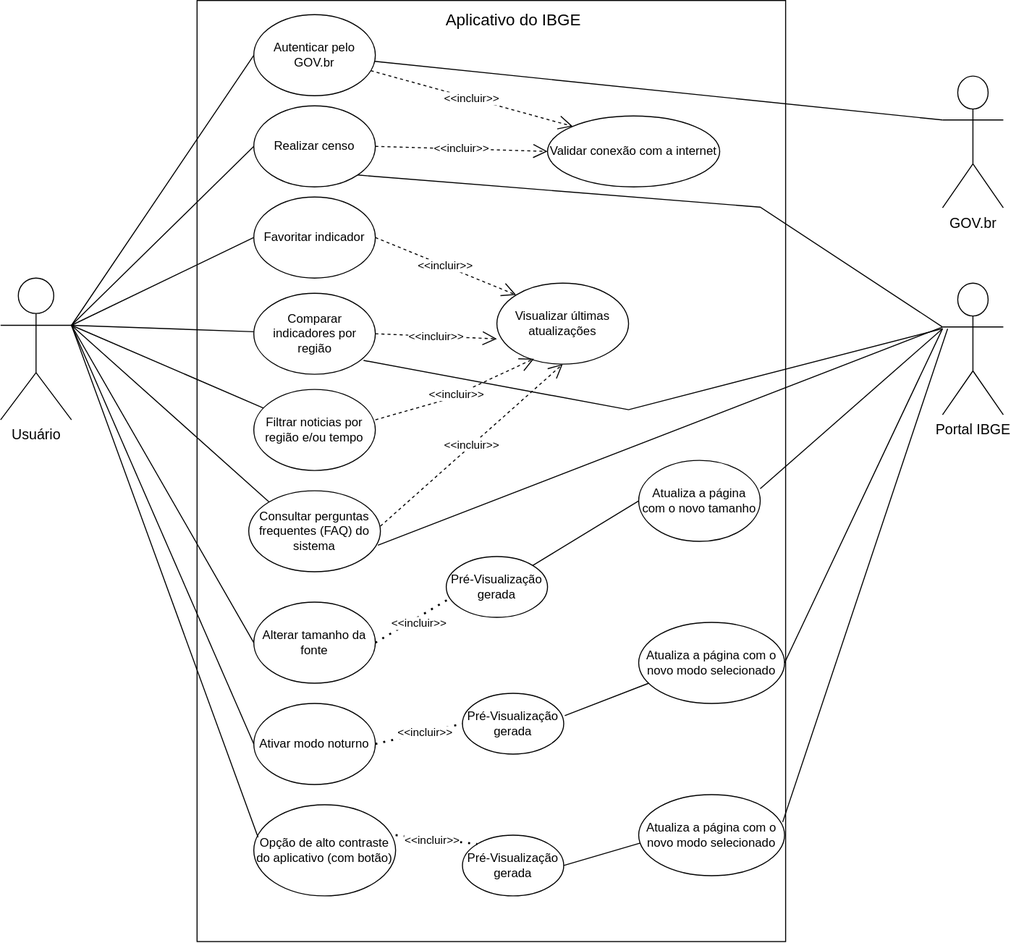
Above: docs/assets/images/modelagem/casosDeUso-NaoImplementados.drawio.svg in Requisitos-de-Software/2025.1-IBGE (draw.io), before the change. Source tidied: cells renumbered, new cells last; positions are measured from the earlier drawing's top-left corner, leaving out a move shared by most shapes.
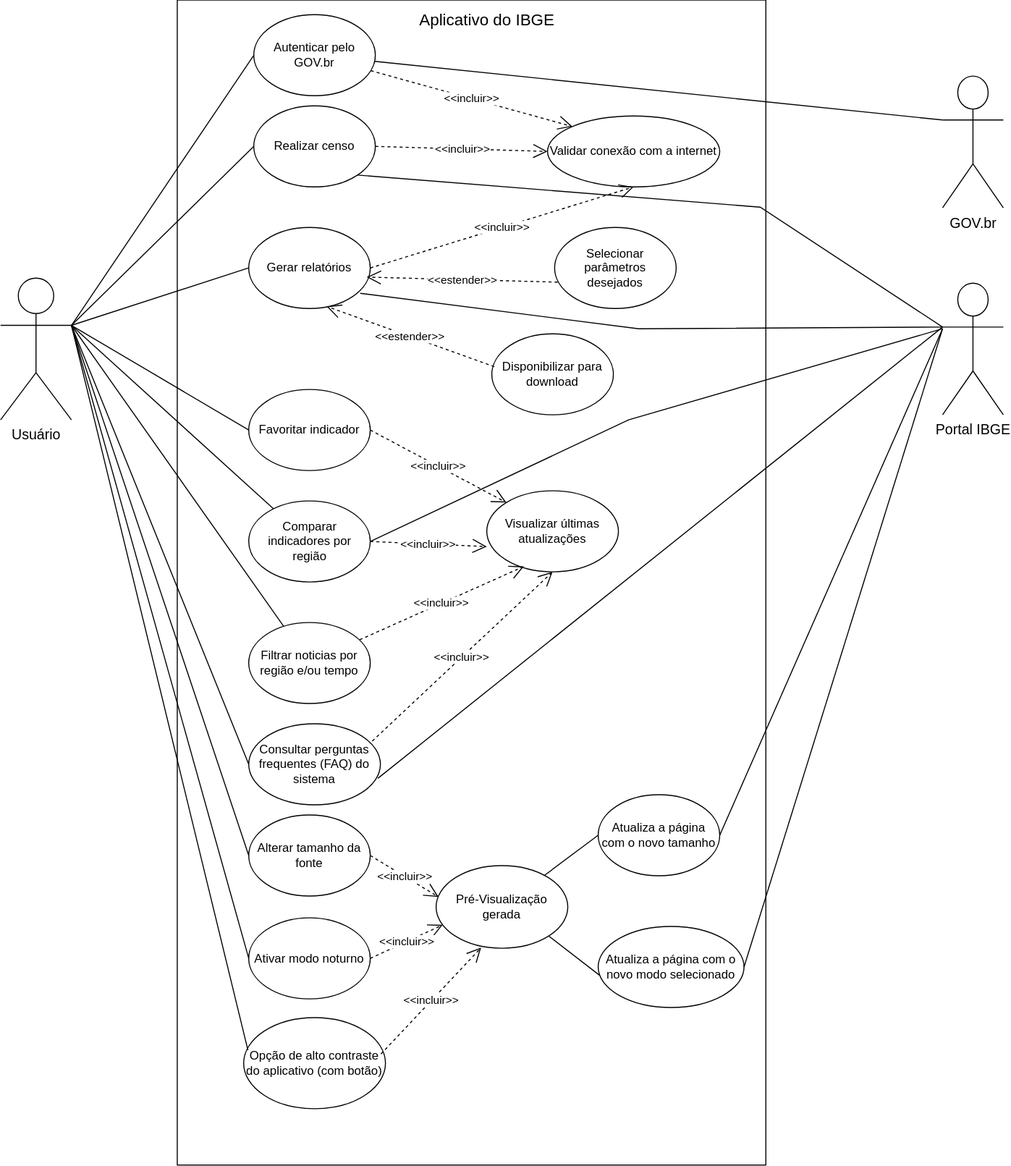
After the change.

Commit message:
docs: corrige diagrama

Change to the diagram source:
```diff
@@ -3,7 +3,7 @@
     <mxCell id="0" />
     <mxCell id="1" parent="0" />
     <mxCell id="2" style="rounded=0;whiteSpace=wrap;html=1;rotation=90;" parent="1" vertex="1">
-      <mxGeometry x="20" y="170" width="929.1" height="581.1" as="geometry" />
+      <mxGeometry x="-110" y="280" width="1150" height="581.1" as="geometry" />
     </mxCell>
     <mxCell id="3" value="Usuário&lt;div&gt;&lt;br&gt;&lt;/div&gt;" style="shape=umlActor;verticalLabelPosition=bottom;verticalAlign=top;html=1;outlineConnect=0;fontSize=14;" parent="1" vertex="1">
       <mxGeometry y="270" width="70" height="140" as="geometry" />
@@ -12,7 +12,7 @@
       <mxGeometry x="930" y="275" width="60" height="130" as="geometry" />
     </mxCell>
     <mxCell id="5" value="Aplicativo do IBGE" style="text;html=1;align=center;verticalAlign=middle;strokeColor=none;fillColor=none;fontSize=16;" parent="1" vertex="1">
-      <mxGeometry x="426" width="160" height="30" as="geometry" />
+      <mxGeometry x="400" width="160" height="30" as="geometry" />
     </mxCell>
     <mxCell id="6" value="GOV.br" style="shape=umlActor;verticalLabelPosition=bottom;verticalAlign=top;html=1;outlineConnect=0;fontSize=14;" parent="1" vertex="1">
       <mxGeometry x="930" y="70.6" width="60" height="130" as="geometry" />
@@ -49,16 +49,16 @@
       </mxGeometry>
     </mxCell>
     <mxCell id="16" value="Favoritar indicador" style="ellipse;whiteSpace=wrap;html=1;" parent="1" vertex="1">
-      <mxGeometry x="250" y="190" width="120" height="80" as="geometry" />
+      <mxGeometry x="245" y="380" width="120" height="80" as="geometry" />
     </mxCell>
     <mxCell id="17" value="Alterar tamanho da fonte" style="ellipse;whiteSpace=wrap;html=1;" parent="1" vertex="1">
-      <mxGeometry x="250" y="590" width="120" height="80" as="geometry" />
+      <mxGeometry x="245" y="800" width="120" height="80" as="geometry" />
     </mxCell>
     <mxCell id="18" value="Visualizar últimas atualizações" style="ellipse;whiteSpace=wrap;html=1;" parent="1" vertex="1">
-      <mxGeometry x="490" y="275" width="130" height="80" as="geometry" />
+      <mxGeometry x="480" y="480" width="130" height="80" as="geometry" />
     </mxCell>
     <mxCell id="19" value="Ativar modo noturno" style="ellipse;whiteSpace=wrap;html=1;" parent="1" vertex="1">
-      <mxGeometry x="250" y="690" width="120" height="80" as="geometry" />
+      <mxGeometry x="245" y="901.5" width="120" height="80" as="geometry" />
     </mxCell>
     <mxCell id="20" style="endArrow=none;html=1;rounded=0;entryX=0;entryY=0.5;entryDx=0;entryDy=0;exitX=1;exitY=0.3333333333333333;exitDx=0;exitDy=0;exitPerimeter=0;" parent="1" edge="1" source="3" target="19">
       <mxGeometry relative="1" as="geometry" />
@@ -73,49 +73,40 @@
       <mxGeometry relative="1" as="geometry" />
     </mxCell>
     <mxCell id="24" style="ellipse;whiteSpace=wrap;html=1;" parent="1" vertex="1">
-      <mxGeometry x="250" y="285" width="120" height="80" as="geometry" />
+      <mxGeometry x="245" y="490" width="120" height="80" as="geometry" />
     </mxCell>
     <mxCell id="25" style="endArrow=none;html=1;rounded=0;exitX=1;exitY=0.3333333333333333;exitDx=0;exitDy=0;exitPerimeter=0;" parent="1" edge="1" source="3" target="24">
       <mxGeometry relative="1" as="geometry" />
     </mxCell>
     <mxCell id="26" value="Comparar indicadores por região" style="text;html=1;align=center;verticalAlign=middle;whiteSpace=wrap;rounded=0;" parent="1" vertex="1">
-      <mxGeometry x="262.5" y="310" width="95" height="30" as="geometry" />
+      <mxGeometry x="257.5" y="515" width="95" height="30" as="geometry" />
     </mxCell>
     <mxCell id="27" value="&amp;lt;&amp;lt;incluir&amp;gt;&amp;gt;" style="endArrow=open;endSize=12;dashed=1;html=1;rounded=0;entryX=0;entryY=0.688;entryDx=0;entryDy=0;exitX=1;exitY=0.5;exitDx=0;exitDy=0;entryPerimeter=0;" parent="1" edge="1" source="24" target="18">
       <mxGeometry relative="1" as="geometry" />
     </mxCell>
     <mxCell id="28" value="Filtrar noticias por região e/ou tempo" style="ellipse;whiteSpace=wrap;html=1;" parent="1" vertex="1">
-      <mxGeometry x="250" y="380" width="120" height="80" as="geometry" />
+      <mxGeometry x="245" y="610" width="120" height="80" as="geometry" />
     </mxCell>
-    <mxCell id="29" value="&amp;lt;&amp;lt;incluir&amp;gt;&amp;gt;" style="endArrow=open;endSize=12;dashed=1;html=1;rounded=0;entryX=0.282;entryY=0.933;entryDx=0;entryDy=0;exitX=1;exitY=0.5;exitDx=0;exitDy=0;entryPerimeter=0;" parent="1" edge="1" target="18">
-      <mxGeometry relative="1" as="geometry">
-        <mxPoint x="370" y="410" as="sourcePoint" />
-        <Array as="points">
-          <mxPoint x="440" y="390" />
-        </Array>
-      </mxGeometry>
+    <mxCell id="29" value="&amp;lt;&amp;lt;incluir&amp;gt;&amp;gt;" style="endArrow=open;endSize=12;dashed=1;html=1;rounded=0;entryX=0.282;entryY=0.933;entryDx=0;entryDy=0;exitX=0.913;exitY=0.213;exitDx=0;exitDy=0;entryPerimeter=0;exitPerimeter=0;" parent="1" edge="1" source="28" target="18">
+      <mxGeometry relative="1" as="geometry" />
     </mxCell>
     <mxCell id="30" style="endArrow=none;html=1;rounded=0;exitX=1;exitY=0.3333333333333333;exitDx=0;exitDy=0;exitPerimeter=0;" parent="1" edge="1" source="3" target="28">
       <mxGeometry relative="1" as="geometry" />
     </mxCell>
     <mxCell id="31" value="Consultar perguntas frequentes (FAQ) do sistema" style="ellipse;whiteSpace=wrap;html=1;" parent="1" vertex="1">
-      <mxGeometry x="245" y="480" width="130" height="80" as="geometry" />
+      <mxGeometry x="245" y="710" width="130" height="80" as="geometry" />
     </mxCell>
-    <mxCell id="32" style="endArrow=none;html=1;rounded=0;exitX=1;exitY=0.3333333333333333;exitDx=0;exitDy=0;exitPerimeter=0;" parent="1" edge="1" source="3">
-      <mxGeometry relative="1" as="geometry">
-        <mxPoint x="265" y="491" as="targetPoint" />
-      </mxGeometry>
+    <mxCell id="32" style="endArrow=none;html=1;rounded=0;exitX=1;exitY=0.3333333333333333;exitDx=0;exitDy=0;exitPerimeter=0;entryX=0;entryY=0.5;entryDx=0;entryDy=0;" parent="1" edge="1" source="3" target="31">
+      <mxGeometry relative="1" as="geometry" />
     </mxCell>
-    <mxCell id="33" value="&amp;lt;&amp;lt;incluir&amp;gt;&amp;gt;" style="endArrow=open;endSize=12;dashed=1;html=1;rounded=0;entryX=0.5;entryY=1;entryDx=0;entryDy=0;exitX=1;exitY=0.5;exitDx=0;exitDy=0;" parent="1" edge="1" target="18">
-      <mxGeometry relative="1" as="geometry">
-        <mxPoint x="375" y="515" as="sourcePoint" />
-      </mxGeometry>
+    <mxCell id="33" value="&amp;lt;&amp;lt;incluir&amp;gt;&amp;gt;" style="endArrow=open;endSize=12;dashed=1;html=1;rounded=0;entryX=0.5;entryY=1;entryDx=0;entryDy=0;exitX=0.938;exitY=0.213;exitDx=0;exitDy=0;exitPerimeter=0;" parent="1" edge="1" source="31" target="18">
+      <mxGeometry relative="1" as="geometry" />
     </mxCell>
-    <mxCell id="34" style="endArrow=none;html=1;rounded=0;exitX=0.903;exitY=0.829;exitDx=0;exitDy=0;exitPerimeter=0;" parent="1" edge="1" source="24">
+    <mxCell id="34" style="endArrow=none;html=1;rounded=0;exitX=1;exitY=0.5;exitDx=0;exitDy=0;" parent="1" edge="1" source="24">
       <mxGeometry relative="1" as="geometry">
         <mxPoint x="930" y="320" as="targetPoint" />
         <Array as="points">
-          <mxPoint x="620" y="400" />
+          <mxPoint x="620" y="410" />
         </Array>
       </mxGeometry>
     </mxCell>
@@ -123,74 +114,72 @@
       <mxGeometry relative="1" as="geometry" />
     </mxCell>
     <mxCell id="36" value="&lt;span style=&quot;white-space: normal;&quot;&gt;Opção de alto contraste do aplicativo (com botão)&lt;/span&gt;" style="ellipse;whiteSpace=wrap;html=1;" parent="1" vertex="1">
-      <mxGeometry x="250" y="790" width="140" height="90" as="geometry" />
+      <mxGeometry x="240" y="1000" width="140" height="90" as="geometry" />
     </mxCell>
     <mxCell id="37" style="endArrow=none;html=1;rounded=0;entryX=1;entryY=0.3333333333333333;entryDx=0;entryDy=0;entryPerimeter=0;exitX=0.03;exitY=0.357;exitDx=0;exitDy=0;exitPerimeter=0;" parent="1" edge="1" source="36" target="3">
       <mxGeometry relative="1" as="geometry" />
     </mxCell>
     <mxCell id="38" value="Atualiza a página com o novo tamanho " style="ellipse;whiteSpace=wrap;html=1;" parent="1" vertex="1">
-      <mxGeometry x="630" y="450" width="120" height="80" as="geometry" />
+      <mxGeometry x="590" y="780" width="120" height="80" as="geometry" />
     </mxCell>
-    <mxCell id="39" value="Atualiza a página com o novo modo selecionado " style="ellipse;whiteSpace=wrap;html=1;" parent="1" vertex="1">
-      <mxGeometry x="630" y="610" width="144" height="80" as="geometry" />
-    </mxCell>
-    <mxCell id="40" style="endArrow=none;html=1;rounded=0;exitX=1;exitY=0.35;exitDx=0;exitDy=0;exitPerimeter=0;" parent="1" edge="1" source="38">
+    <mxCell id="40" style="endArrow=none;html=1;rounded=0;exitX=1;exitY=0.5;exitDx=0;exitDy=0;" parent="1" edge="1" source="38">
       <mxGeometry relative="1" as="geometry">
         <mxPoint x="930" y="320" as="targetPoint" />
       </mxGeometry>
     </mxCell>
-    <mxCell id="41" style="endArrow=none;html=1;rounded=0;entryX=1;entryY=0.5;entryDx=0;entryDy=0;" parent="1" edge="1" target="39">
-      <mxGeometry relative="1" as="geometry">
-        <mxPoint x="930" y="320" as="sourcePoint" />
-      </mxGeometry>
-    </mxCell>
-    <mxCell id="42" value="&lt;span&gt;&lt;span&gt;Pré-Visualização gerada &lt;br&gt;&lt;/span&gt;&lt;/span&gt;" style="ellipse;whiteSpace=wrap;html=1;" parent="1" vertex="1">
-      <mxGeometry x="440" y="545" width="100" height="60" as="geometry" />
-    </mxCell>
-    <mxCell id="43" value="&lt;span&gt;&lt;span&gt;Pré-Visualização gerada &lt;br&gt;&lt;/span&gt;&lt;/span&gt;" style="ellipse;whiteSpace=wrap;html=1;" parent="1" vertex="1">
-      <mxGeometry x="456" y="680" width="100" height="60" as="geometry" />
-    </mxCell>
-    <mxCell id="44" style="endArrow=none;html=1;rounded=0;entryX=0;entryY=0.5;entryDx=0;entryDy=0;exitX=1;exitY=0;exitDx=0;exitDy=0;" parent="1" edge="1" source="42" target="38">
+    <mxCell id="44" style="endArrow=none;html=1;rounded=0;entryX=0;entryY=0.5;entryDx=0;entryDy=0;" parent="1" edge="1" source="46" target="38">
       <mxGeometry relative="1" as="geometry" />
     </mxCell>
-    <mxCell id="45" style="endArrow=none;html=1;rounded=0;exitX=1.01;exitY=0.367;exitDx=0;exitDy=0;exitPerimeter=0;" parent="1" edge="1" source="43">
-      <mxGeometry relative="1" as="geometry">
-        <mxPoint x="640" y="670" as="targetPoint" />
-      </mxGeometry>
-    </mxCell>
     <mxCell id="46" value="&lt;span&gt;&lt;span&gt;Pré-Visualização gerada &lt;br&gt;&lt;/span&gt;&lt;/span&gt;" style="ellipse;whiteSpace=wrap;html=1;" parent="1" vertex="1">
-      <mxGeometry x="456" y="820" width="100" height="60" as="geometry" />
+      <mxGeometry x="430" y="850" width="130" height="81.5" as="geometry" />
     </mxCell>
     <mxCell id="47" value="Atualiza a página com o novo modo selecionado " style="ellipse;whiteSpace=wrap;html=1;" parent="1" vertex="1">
-      <mxGeometry x="630" y="780" width="144" height="80" as="geometry" />
+      <mxGeometry x="590" y="910" width="144" height="80" as="geometry" />
     </mxCell>
-    <mxCell id="48" style="endArrow=none;html=1;rounded=0;entryX=0.007;entryY=0.6;entryDx=0;entryDy=0;entryPerimeter=0;exitX=1;exitY=0.5;exitDx=0;exitDy=0;" parent="1" edge="1" source="46" target="47">
+    <mxCell id="48" style="endArrow=none;html=1;rounded=0;entryX=0.007;entryY=0.6;entryDx=0;entryDy=0;entryPerimeter=0;exitX=1;exitY=1;exitDx=0;exitDy=0;" parent="1" edge="1" source="46" target="47">
       <mxGeometry relative="1" as="geometry" />
     </mxCell>
-    <mxCell id="49" style="endArrow=none;html=1;rounded=0;exitX=0.873;exitY=0.005;exitDx=0;exitDy=0;exitPerimeter=0;" parent="1" edge="1" source="2">
+    <mxCell id="49" style="endArrow=none;html=1;rounded=0;exitX=1;exitY=0.5;exitDx=0;exitDy=0;" parent="1" edge="1" source="47">
       <mxGeometry relative="1" as="geometry">
-        <mxPoint x="935" y="320" as="targetPoint" />
+        <mxPoint x="930" y="320" as="targetPoint" />
       </mxGeometry>
     </mxCell>
-    <mxCell id="50" style="endArrow=none;dashed=1;html=1;dashPattern=1 3;strokeWidth=2;rounded=0;exitX=1;exitY=0.5;exitDx=0;exitDy=0;entryX=0.04;entryY=0.683;entryDx=0;entryDy=0;entryPerimeter=0;" parent="1" edge="1" source="17" target="42">
-      <mxGeometry relative="1" as="geometry" />
-    </mxCell>
-    <mxCell id="51" value="&amp;lt;&amp;lt;incluir&amp;gt;&amp;gt;" style="edgeLabel;html=1;align=center;verticalAlign=middle;" parent="50" vertex="1">
-      <mxGeometry x="0.1" y="-5" relative="1" as="geometry" />
-    </mxCell>
-    <mxCell id="52" style="endArrow=none;dashed=1;html=1;dashPattern=1 3;strokeWidth=2;rounded=0;exitX=1;exitY=0.5;exitDx=0;exitDy=0;entryX=0;entryY=0.5;entryDx=0;entryDy=0;" parent="1" edge="1" source="19" target="43">
-      <mxGeometry relative="1" as="geometry" />
-    </mxCell>
-    <mxCell id="53" value="&amp;lt;&amp;lt;incluir&amp;gt;&amp;gt;" style="edgeLabel;html=1;align=center;verticalAlign=middle;" parent="52" vertex="1">
-      <mxGeometry x="0.14" relative="1" as="geometry" />
-    </mxCell>
-    <mxCell id="54" style="endArrow=none;dashed=1;html=1;dashPattern=1 3;strokeWidth=2;rounded=0;entryX=0;entryY=0;entryDx=0;entryDy=0;" parent="1" edge="1" target="46">
-      <mxGeometry relative="1" as="geometry">
-        <mxPoint x="390" y="820" as="sourcePoint" />
-      </mxGeometry>
-    </mxCell>
-    <mxCell id="55" value="&amp;lt;&amp;lt;incluir&amp;gt;&amp;gt;" style="edgeLabel;html=1;align=center;verticalAlign=middle;" parent="54" vertex="1">
-      <mxGeometry x="-0.1" y="-1" relative="1" as="geometry" />
-    </mxCell>
+    <mxCell id="56" value="&amp;lt;&amp;lt;incluir&amp;gt;&amp;gt;" style="endArrow=open;endSize=12;dashed=1;html=1;rounded=0;entryX=0.342;entryY=0.993;entryDx=0;entryDy=0;entryPerimeter=0;exitX=0.968;exitY=0.4;exitDx=0;exitDy=0;exitPerimeter=0;" parent="1" edge="1" source="36" target="46">
+      <mxGeometry relative="1" as="geometry" />
+    </mxCell>
+    <mxCell id="57" value="&amp;lt;&amp;lt;incluir&amp;gt;&amp;gt;" style="endArrow=open;endSize=12;dashed=1;html=1;rounded=0;entryX=0.05;entryY=0.717;entryDx=0;entryDy=0;entryPerimeter=0;exitX=1;exitY=0.5;exitDx=0;exitDy=0;" parent="1" edge="1" source="19" target="46">
+      <mxGeometry relative="1" as="geometry" />
+    </mxCell>
+    <mxCell id="58" value="&amp;lt;&amp;lt;incluir&amp;gt;&amp;gt;" style="endArrow=open;endSize=12;dashed=1;html=1;rounded=0;entryX=0.019;entryY=0.38;entryDx=0;entryDy=0;exitX=1;exitY=0.5;exitDx=0;exitDy=0;entryPerimeter=0;" parent="1" edge="1" source="17" target="46">
+      <mxGeometry relative="1" as="geometry" />
+    </mxCell>
+    <mxCell id="59" value="Gerar relatórios" style="ellipse;whiteSpace=wrap;html=1;" parent="1" vertex="1">
+      <mxGeometry x="245" y="220" width="120" height="80" as="geometry" />
+    </mxCell>
+    <mxCell id="60" style="endArrow=none;html=1;rounded=0;exitX=1;exitY=0.3333333333333333;exitDx=0;exitDy=0;exitPerimeter=0;entryX=0;entryY=0.5;entryDx=0;entryDy=0;" parent="1" edge="1" source="3" target="59">
+      <mxGeometry relative="1" as="geometry" />
+    </mxCell>
+    <mxCell id="61" value="&amp;lt;&amp;lt;incluir&amp;gt;&amp;gt;" style="endArrow=open;endSize=12;dashed=1;html=1;rounded=0;entryX=0.5;entryY=1;entryDx=0;entryDy=0;exitX=1;exitY=0.5;exitDx=0;exitDy=0;" parent="1" edge="1" source="59" target="11">
+      <mxGeometry relative="1" as="geometry" />
+    </mxCell>
+    <mxCell id="62" style="endArrow=none;html=1;rounded=0;entryX=0;entryY=0.3333333333333333;entryDx=0;entryDy=0;entryPerimeter=0;exitX=0.917;exitY=0.813;exitDx=0;exitDy=0;exitPerimeter=0;" parent="1" edge="1" source="59" target="4">
+      <mxGeometry relative="1" as="geometry">
+        <Array as="points">
+          <mxPoint x="630" y="320" />
+        </Array>
+      </mxGeometry>
+    </mxCell>
+    <mxCell id="63" value="Selecionar parâmetros desejados" style="ellipse;whiteSpace=wrap;html=1;" parent="1" vertex="1">
+      <mxGeometry x="547" y="220" width="120" height="80" as="geometry" />
+    </mxCell>
+    <mxCell id="64" value="&amp;lt;&amp;lt;estender&amp;gt;&amp;gt;" style="endArrow=open;endSize=12;dashed=1;html=1;rounded=0;entryX=0.971;entryY=0.613;entryDx=0;entryDy=0;exitX=0.025;exitY=0.675;exitDx=0;exitDy=0;entryPerimeter=0;exitPerimeter=0;" parent="1" edge="1" source="63" target="59">
+      <mxGeometry relative="1" as="geometry" />
+    </mxCell>
+    <mxCell id="65" value="Disponibilizar para download" style="ellipse;whiteSpace=wrap;html=1;" parent="1" vertex="1">
+      <mxGeometry x="485" y="325" width="120" height="80" as="geometry" />
+    </mxCell>
+    <mxCell id="66" value="&amp;lt;&amp;lt;estender&amp;gt;&amp;gt;" style="endArrow=open;endSize=12;dashed=1;html=1;rounded=0;entryX=0.642;entryY=0.975;entryDx=0;entryDy=0;exitX=0.021;exitY=0.406;exitDx=0;exitDy=0;entryPerimeter=0;exitPerimeter=0;" parent="1" edge="1" source="65" target="59">
+      <mxGeometry relative="1" as="geometry" />
+    </mxCell>
   </root>
 </mxGraphModel>
```
